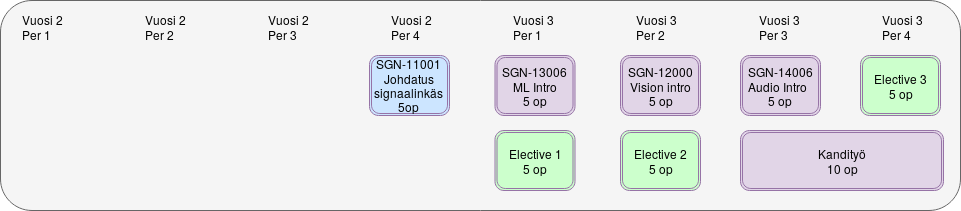
TUNI-ITC/wiki keeps this draw.io diagram as docs/University-Bureaucracy/assets/SPML_BSc_structure.png. Above is the earlier version. Source tidied: cells renumbered, new cells last; positions are measured from the earlier drawing's top-left corner, leaving out a move shared by most shapes.
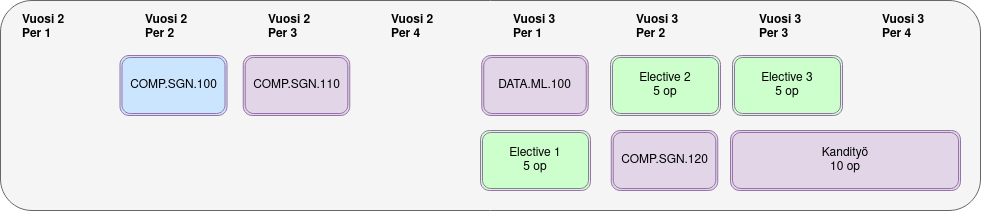
After the change.

Commit message:
updated (finally) correct picture

Change to the diagram source:
```diff
@@ -2,56 +2,56 @@
   <root>
     <mxCell id="0" />
     <mxCell id="1" parent="0" />
-    <mxCell id="2" style="rounded=1;whiteSpace=wrap;html=1;fillColor=#f5f5f5;strokeColor=#666666;" parent="1" vertex="1">
-      <mxGeometry width="960" height="210" as="geometry" />
-    </mxCell>
+    <mxCell id="19" style="rounded=1;whiteSpace=wrap;html=1;fillColor=#f5f5f5;strokeColor=#666666;" parent="1" vertex="1">
+      <mxGeometry width="980" height="210" as="geometry" />
+    </mxCell>
     <mxCell id="3" value="Kandityö&lt;br&gt;10 op&lt;br&gt;" style="shape=ext;double=1;rounded=1;whiteSpace=wrap;html=1;fillColor=#e1d5e7;strokeColor=#9673a6;" parent="1" vertex="1">
-      <mxGeometry x="740" y="130" width="203" height="60" as="geometry" />
+      <mxGeometry x="730" y="130" width="230" height="60" as="geometry" />
     </mxCell>
-    <mxCell id="4" value="Vuosi 2&lt;br&gt;Per 2&lt;br&gt;" style="text;html=1;align=left;verticalAlign=top;spacingTop=-4;" parent="1" vertex="1">
+    <mxCell id="4" value="Vuosi 2&lt;br&gt;Per 2&lt;br&gt;" style="text;html=1;align=left;verticalAlign=top;spacingTop=-4;fontStyle=1;" parent="1" vertex="1">
       <mxGeometry x="143" y="10" width="60" height="30" as="geometry" />
     </mxCell>
-    <mxCell id="5" value="Vuosi 2 &lt;br&gt;Per 4&lt;br&gt;&lt;br&gt;" style="text;html=1;align=left;verticalAlign=top;spacingTop=-4;" parent="1" vertex="1">
+    <mxCell id="5" value="Vuosi 2 &lt;br&gt;Per 4&lt;br&gt;&lt;br&gt;" style="text;html=1;align=left;verticalAlign=top;spacingTop=-4;fontStyle=1;" parent="1" vertex="1">
       <mxGeometry x="389" y="10" width="60" height="40" as="geometry" />
     </mxCell>
-    <mxCell id="6" value="Vuosi 3&lt;br&gt;Per 1&lt;br&gt;" style="text;html=1;align=left;verticalAlign=top;spacingTop=-4;" parent="1" vertex="1">
+    <mxCell id="6" value="Vuosi 3&lt;br&gt;Per 1&lt;br&gt;" style="text;html=1;align=left;verticalAlign=top;spacingTop=-4;fontStyle=1;" parent="1" vertex="1">
       <mxGeometry x="511" y="10" width="60" height="30" as="geometry" />
     </mxCell>
-    <mxCell id="7" value="Vuosi 2&lt;br&gt;Per 1&lt;br&gt;&lt;br&gt;" style="text;html=1;align=left;verticalAlign=top;spacingTop=-4;" parent="1" vertex="1">
+    <mxCell id="7" value="Vuosi 2&lt;br&gt;Per 1&lt;br&gt;&lt;br&gt;" style="text;html=1;align=left;verticalAlign=top;spacingTop=-4;fontStyle=1;" parent="1" vertex="1">
       <mxGeometry x="20" y="10" width="60" height="40" as="geometry" />
     </mxCell>
-    <mxCell id="8" value="Vuosi 2&lt;br&gt;Per 3&lt;br&gt;&lt;br&gt;" style="text;html=1;align=left;verticalAlign=top;spacingTop=-4;" parent="1" vertex="1">
+    <mxCell id="8" value="Vuosi 2&lt;br&gt;Per 3&lt;br&gt;&lt;br&gt;" style="text;html=1;align=left;verticalAlign=top;spacingTop=-4;fontStyle=1;" parent="1" vertex="1">
       <mxGeometry x="266" y="10" width="60" height="40" as="geometry" />
     </mxCell>
-    <mxCell id="9" value="Vuosi 3&lt;br&gt;Per 2&lt;br&gt;&lt;br&gt;" style="text;html=1;align=left;verticalAlign=top;spacingTop=-4;" parent="1" vertex="1">
+    <mxCell id="9" value="Vuosi 3&lt;br&gt;Per 2&lt;br&gt;&lt;br&gt;" style="text;html=1;align=left;verticalAlign=top;spacingTop=-4;fontStyle=1;" parent="1" vertex="1">
       <mxGeometry x="634" y="10" width="60" height="40" as="geometry" />
     </mxCell>
-    <mxCell id="10" value="Vuosi 3&lt;br&gt;Per 3&lt;br&gt;&lt;br&gt;&lt;br&gt;" style="text;html=1;align=left;verticalAlign=top;spacingTop=-4;" parent="1" vertex="1">
+    <mxCell id="10" value="Vuosi 3&lt;br&gt;Per 3&lt;br&gt;&lt;br&gt;&lt;br&gt;" style="text;html=1;align=left;verticalAlign=top;spacingTop=-4;fontStyle=1;" parent="1" vertex="1">
       <mxGeometry x="757" y="10" width="60" height="60" as="geometry" />
     </mxCell>
-    <mxCell id="11" value="Vuosi 3&lt;br&gt;Per 4&lt;br&gt;&lt;br&gt;" style="text;html=1;align=left;verticalAlign=top;spacingTop=-4;" parent="1" vertex="1">
+    <mxCell id="11" value="Vuosi 3&lt;br&gt;Per 4&lt;br&gt;&lt;br&gt;" style="text;html=1;align=left;verticalAlign=top;spacingTop=-4;fontStyle=1;" parent="1" vertex="1">
       <mxGeometry x="880" y="10" width="60" height="40" as="geometry" />
     </mxCell>
-    <mxCell id="12" value="SGN-11001&lt;br&gt;Johdatus signaalinkäs&lt;br&gt;5op&lt;br&gt;" style="shape=ext;double=1;rounded=1;whiteSpace=wrap;html=1;fillColor=#CCE5FF;strokeColor=#9673a6;gradientColor=none;" parent="1" vertex="1">
-      <mxGeometry x="369" y="55" width="80" height="60" as="geometry" />
-    </mxCell>
-    <mxCell id="13" value="SGN-13006&lt;br&gt;ML Intro&lt;br&gt;5 op" style="shape=ext;double=1;rounded=1;whiteSpace=wrap;html=1;fillColor=#e1d5e7;strokeColor=#9673a6;" parent="1" vertex="1">
-      <mxGeometry x="494.5" y="55" width="80" height="60" as="geometry" />
-    </mxCell>
-    <mxCell id="14" value="&lt;p&gt;SGN-12000&lt;br&gt;Vision intro&lt;br&gt;5 op&lt;br&gt;&lt;/p&gt;" style="shape=ext;double=1;rounded=1;whiteSpace=wrap;html=1;fillColor=#e1d5e7;strokeColor=#9673a6;" parent="1" vertex="1">
-      <mxGeometry x="620" y="55" width="80" height="60" as="geometry" />
-    </mxCell>
-    <mxCell id="15" value="&lt;p&gt;SGN-14006 Audio Intro&amp;nbsp;&amp;nbsp; 5 op&lt;br&gt;&lt;/p&gt;" style="shape=ext;double=1;rounded=1;whiteSpace=wrap;html=1;fillColor=#e1d5e7;strokeColor=#9673a6;" parent="1" vertex="1">
-      <mxGeometry x="740" y="55" width="80" height="60" as="geometry" />
-    </mxCell>
+    <mxCell id="20" value="COMP.SGN.100" style="shape=ext;double=1;rounded=1;whiteSpace=wrap;html=1;fillColor=#CCE5FF;strokeColor=#9673a6;gradientColor=none;" parent="1" vertex="1">
+      <mxGeometry x="119.5" y="55" width="107" height="60" as="geometry" />
+    </mxCell>
+    <mxCell id="21" value="DATA.ML.100" style="shape=ext;double=1;rounded=1;whiteSpace=wrap;html=1;fillColor=#e1d5e7;strokeColor=#9673a6;" parent="1" vertex="1">
+      <mxGeometry x="481.2" y="55" width="106.5" height="60" as="geometry" />
+    </mxCell>
     <mxCell id="16" value="&lt;div&gt;Elective 2&lt;br&gt;&lt;/div&gt;&lt;div&gt;5 op&lt;/div&gt;" style="shape=ext;double=1;rounded=1;whiteSpace=wrap;html=1;fillColor=#CCFFCC;strokeColor=#9673a6;" parent="1" vertex="1">
-      <mxGeometry x="620" y="130" width="80" height="60" as="geometry" />
+      <mxGeometry x="610" y="55" width="110" height="60" as="geometry" />
     </mxCell>
     <mxCell id="17" value="&lt;div&gt;Elective 3&lt;br&gt;&lt;/div&gt;&lt;div&gt;5 op&lt;/div&gt;" style="shape=ext;double=1;rounded=1;whiteSpace=wrap;html=1;fillColor=#CCFFCC;strokeColor=#9673a6;" parent="1" vertex="1">
-      <mxGeometry x="860" y="55" width="80" height="60" as="geometry" />
+      <mxGeometry x="732" y="55" width="110" height="60" as="geometry" />
     </mxCell>
     <mxCell id="18" value="&lt;div&gt;Elective 1&lt;/div&gt;&lt;div&gt;5 op&lt;/div&gt;" style="shape=ext;double=1;rounded=1;whiteSpace=wrap;html=1;fillColor=#CCFFCC;strokeColor=#9673a6;" parent="1" vertex="1">
-      <mxGeometry x="494.5" y="130" width="80" height="60" as="geometry" />
+      <mxGeometry x="480" y="130" width="110" height="60" as="geometry" />
     </mxCell>
+    <mxCell id="22" value="COMP.SGN.110" style="shape=ext;double=1;rounded=1;whiteSpace=wrap;html=1;fillColor=#e1d5e7;strokeColor=#9673a6;" parent="1" vertex="1">
+      <mxGeometry x="242.8" y="55" width="106.5" height="60" as="geometry" />
+    </mxCell>
+    <mxCell id="23" value="COMP.SGN.120" style="shape=ext;double=1;rounded=1;whiteSpace=wrap;html=1;fillColor=#e1d5e7;strokeColor=#9673a6;" parent="1" vertex="1">
+      <mxGeometry x="610.8" y="130" width="106.5" height="60" as="geometry" />
+    </mxCell>
   </root>
 </mxGraphModel>
```
